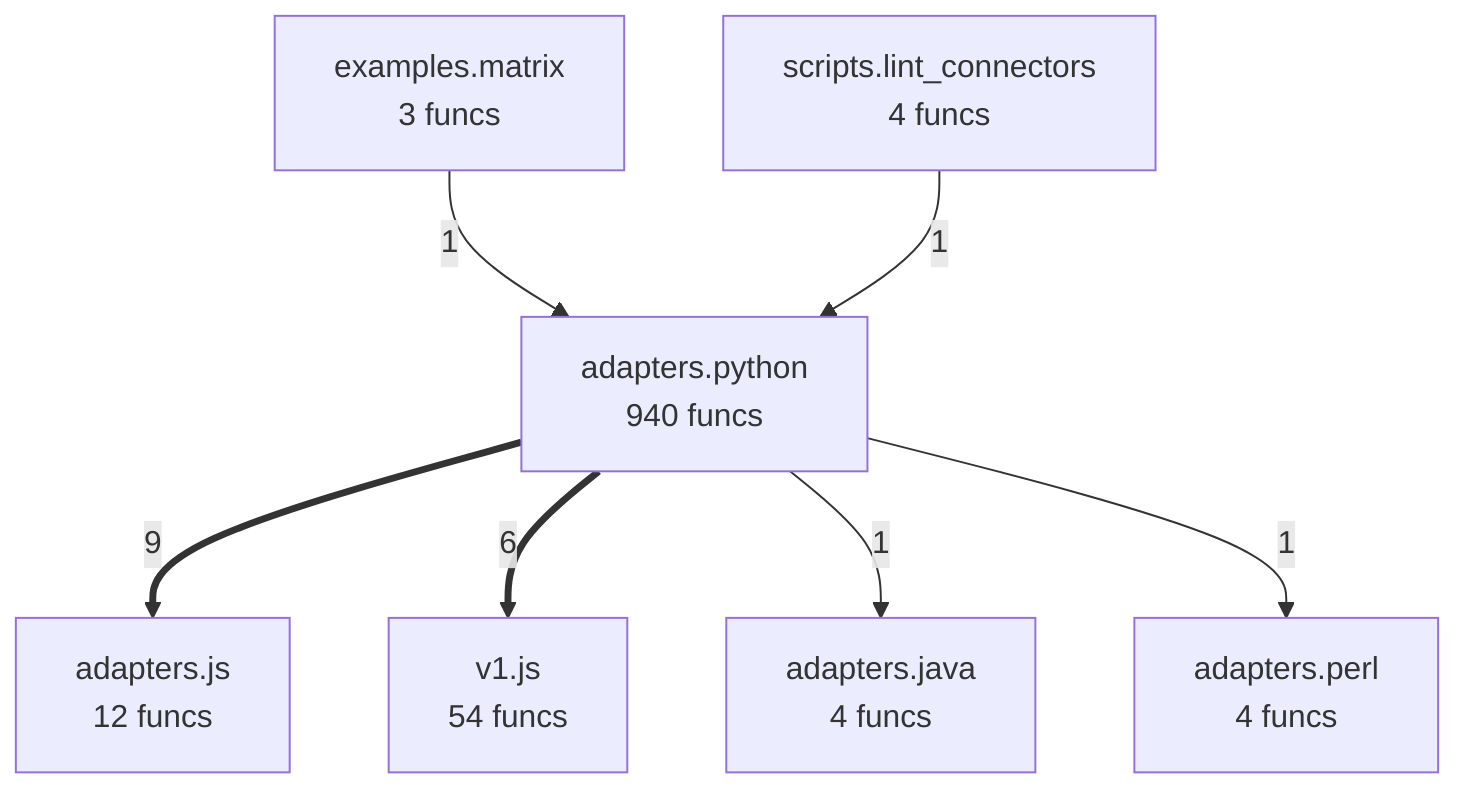
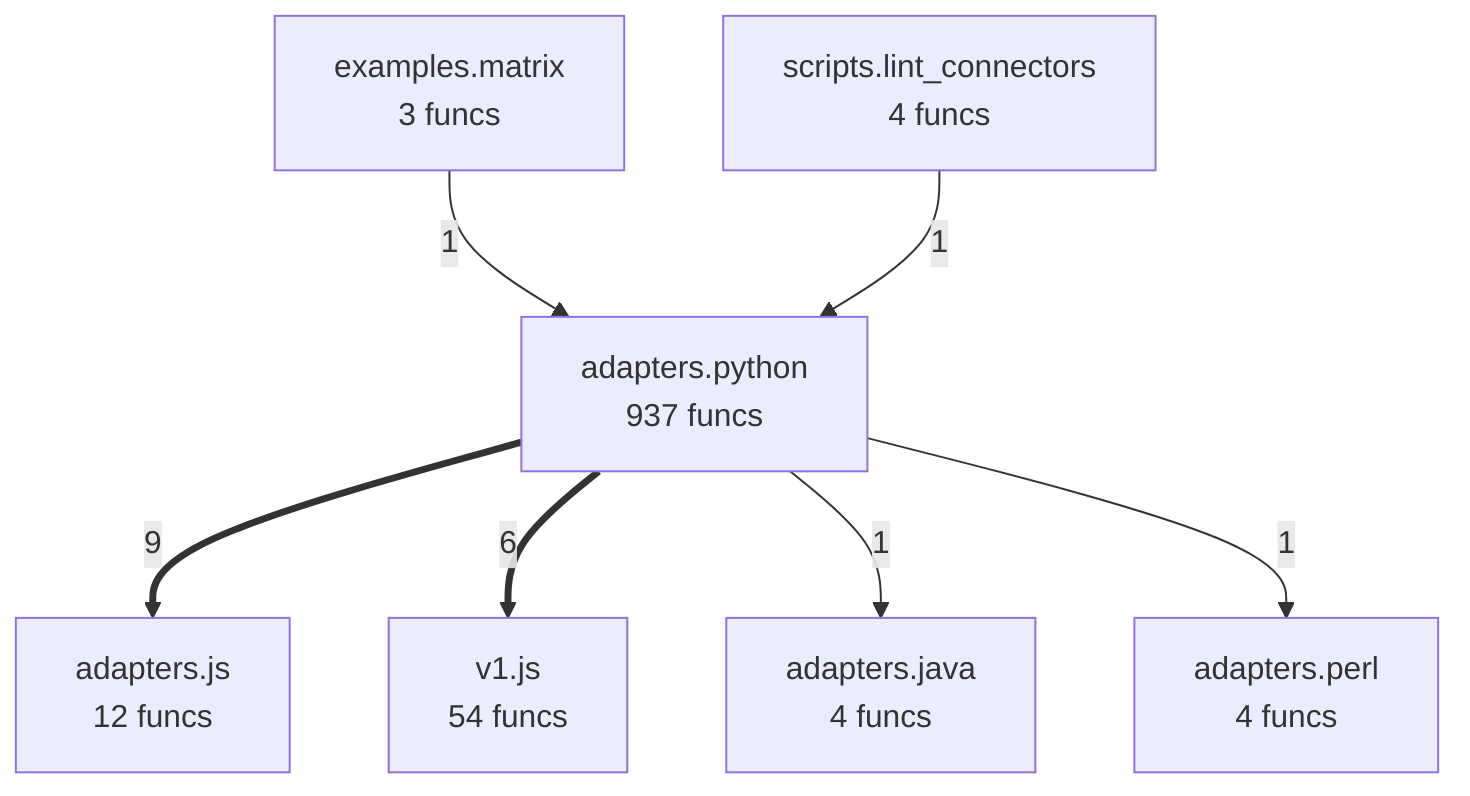
flowchart TD
%% generated in 0.02s
    adapters__java["adapters.java<br/>4 funcs"]
    adapters__js["adapters.js<br/>12 funcs"]
    adapters__perl["adapters.perl<br/>4 funcs"]
-     adapters__python["adapters.python<br/>940 funcs"]
+     adapters__python["adapters.python<br/>937 funcs"]
    examples__matrix["examples.matrix<br/>3 funcs"]
    scripts__lint_connectors["scripts.lint_connectors<br/>4 funcs"]
    v1__js["v1.js<br/>54 funcs"]
    adapters__python ==>|9| adapters__js
    adapters__python ==>|6| v1__js
    examples__matrix -->|1| adapters__python
    scripts__lint_connectors -->|1| adapters__python
    adapters__python -->|1| adapters__java
    adapters__python -->|1| adapters__perl
